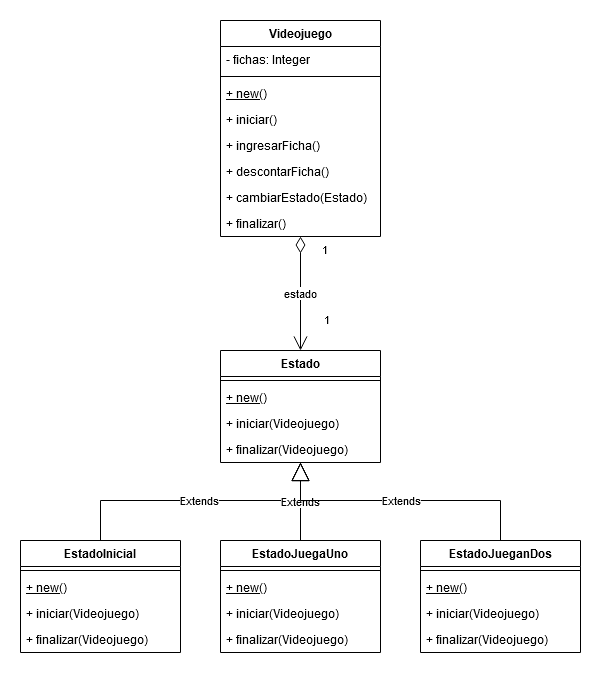
Earlier version of the draw.io export docs/tp09_state_y_strategy/uml-02-videojuego.png (pablospizzamiglio/unq-po2). Source tidied: cells renumbered, new cells last; positions are measured from the earlier drawing's top-left corner, leaving out a move shared by most shapes.
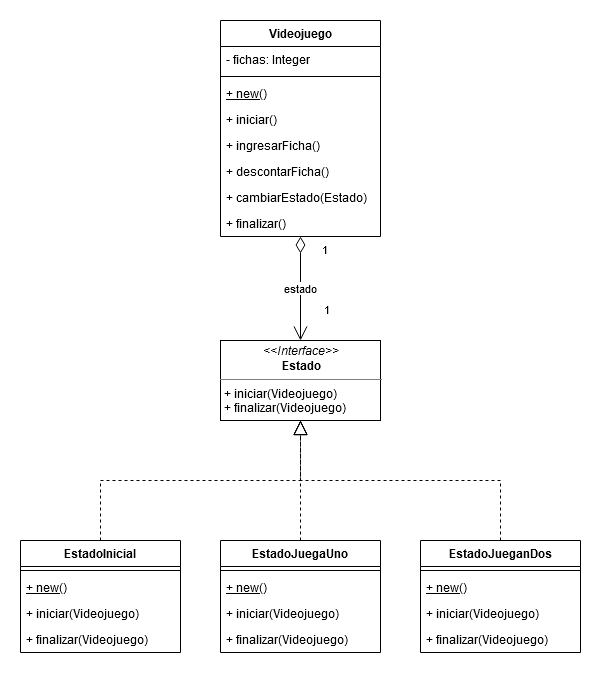
Above is the later version.

Change to the diagram source:
```diff
@@ -2,7 +2,7 @@
   <root>
     <mxCell id="0" />
     <mxCell id="1" parent="0" />
-    <mxCell id="2" value="estado" style="endArrow=open;html=1;endSize=12;startArrow=diamondThin;startSize=14;startFill=0;edgeStyle=orthogonalEdgeStyle;rounded=0;" parent="1" edge="1" source="8" target="32">
+    <mxCell id="2" value="estado" style="endArrow=open;html=1;endSize=12;startArrow=diamondThin;startSize=14;startFill=0;edgeStyle=orthogonalEdgeStyle;rounded=0;" parent="1" edge="1" source="8" target="37">
       <mxGeometry relative="1" as="geometry" />
     </mxCell>
     <mxCell id="3" value="1" style="edgeLabel;html=1;align=left;verticalAlign=top;" parent="2" vertex="1">
@@ -15,25 +15,6 @@
         <mxPoint x="30" y="-44" as="offset" />
       </mxGeometry>
     </mxCell>
-    <mxCell id="5" value="Extends" style="endArrow=block;endSize=16;endFill=0;html=1;rounded=0;edgeStyle=orthogonalEdgeStyle;" parent="1" edge="1" source="17" target="32">
-      <mxGeometry relative="1" as="geometry">
-        <Array as="points">
-          <mxPoint x="80" y="480" />
-          <mxPoint x="280" y="480" />
-        </Array>
-      </mxGeometry>
-    </mxCell>
-    <mxCell id="6" value="Extends" style="endArrow=block;endSize=16;endFill=0;html=1;rounded=0;edgeStyle=orthogonalEdgeStyle;" parent="1" edge="1" source="22" target="32">
-      <mxGeometry relative="1" as="geometry" />
-    </mxCell>
-    <mxCell id="7" value="Extends" style="endArrow=block;endSize=16;endFill=0;html=1;edgeStyle=orthogonalEdgeStyle;rounded=0;" parent="1" edge="1" source="27" target="32">
-      <mxGeometry relative="1" as="geometry">
-        <Array as="points">
-          <mxPoint x="480" y="480" />
-          <mxPoint x="280" y="480" />
-        </Array>
-      </mxGeometry>
-    </mxCell>
     <mxCell id="8" value="Videojuego" style="swimlane;fontStyle=1;align=center;verticalAlign=top;horizontal=1;startSize=26;" parent="1" vertex="1">
       <mxGeometry x="200" width="160" height="216" as="geometry" />
     </mxCell>
@@ -106,20 +87,27 @@
     <mxCell id="31" value="+ finalizar(Videojuego)" style="text;strokeColor=none;fillColor=none;align=left;verticalAlign=top;spacingLeft=4;spacingRight=4;overflow=hidden;" parent="27" vertex="1">
       <mxGeometry y="86" width="160" height="26" as="geometry" />
     </mxCell>
-    <mxCell id="32" value="Estado" style="swimlane;fontStyle=1;align=center;verticalAlign=top;horizontal=1;startSize=26;" parent="1" vertex="1">
-      <mxGeometry x="200" y="330" width="160" height="112" as="geometry" />
-    </mxCell>
-    <mxCell id="33" style="line;strokeWidth=1;fillColor=none;align=left;verticalAlign=middle;spacingTop=-1;spacingLeft=3;spacingRight=3;labelPosition=right;" parent="32" vertex="1">
-      <mxGeometry y="26" width="160" height="8" as="geometry" />
-    </mxCell>
-    <mxCell id="34" value="+ new()" style="text;strokeColor=none;fillColor=none;align=left;verticalAlign=top;spacingLeft=4;spacingRight=4;overflow=hidden;fontStyle=4;" parent="32" vertex="1">
-      <mxGeometry y="34" width="160" height="26" as="geometry" />
-    </mxCell>
-    <mxCell id="35" value="+ iniciar(Videojuego)" style="text;strokeColor=none;fillColor=none;align=left;verticalAlign=top;spacingLeft=4;spacingRight=4;overflow=hidden;" parent="32" vertex="1">
-      <mxGeometry y="60" width="160" height="26" as="geometry" />
-    </mxCell>
-    <mxCell id="36" value="+ finalizar(Videojuego)" style="text;strokeColor=none;fillColor=none;align=left;verticalAlign=top;spacingLeft=4;spacingRight=4;overflow=hidden;" parent="32" vertex="1">
-      <mxGeometry y="86" width="160" height="26" as="geometry" />
-    </mxCell>
+    <mxCell id="37" value="&lt;p style=&quot;margin: 0px ; margin-top: 4px ; text-align: center&quot;&gt;&lt;i&gt;&amp;lt;&amp;lt;Interface&amp;gt;&amp;gt;&lt;/i&gt;&lt;br&gt;&lt;b&gt;Estado&lt;/b&gt;&lt;/p&gt;&lt;hr size=&quot;1&quot;&gt;&lt;p style=&quot;margin: 0px ; margin-left: 4px&quot;&gt;+ iniciar(Videojuego)&lt;/p&gt;&lt;p style=&quot;margin: 0px ; margin-left: 4px&quot;&gt;+ finalizar(Videojuego)&lt;br&gt;&lt;/p&gt;" style="verticalAlign=top;align=left;overflow=fill;fontSize=12;fontFamily=Helvetica;html=1;" parent="1" vertex="1">
+      <mxGeometry x="200" y="320" width="160" height="80" as="geometry" />
+    </mxCell>
+    <mxCell id="38" style="endArrow=block;dashed=1;endFill=0;endSize=12;html=1;edgeStyle=orthogonalEdgeStyle;rounded=0;" parent="1" edge="1" source="17" target="37">
+      <mxGeometry relative="1" as="geometry">
+        <Array as="points">
+          <mxPoint x="80" y="460" />
+          <mxPoint x="280" y="460" />
+        </Array>
+      </mxGeometry>
+    </mxCell>
+    <mxCell id="39" style="endArrow=block;dashed=1;endFill=0;endSize=12;html=1;" parent="1" edge="1" source="22" target="37">
+      <mxGeometry relative="1" as="geometry" />
+    </mxCell>
+    <mxCell id="40" style="endArrow=block;dashed=1;endFill=0;endSize=12;html=1;edgeStyle=orthogonalEdgeStyle;rounded=0;" parent="1" edge="1" source="27" target="37">
+      <mxGeometry relative="1" as="geometry">
+        <Array as="points">
+          <mxPoint x="480" y="460" />
+          <mxPoint x="280" y="460" />
+        </Array>
+      </mxGeometry>
+    </mxCell>
   </root>
 </mxGraphModel>
```
